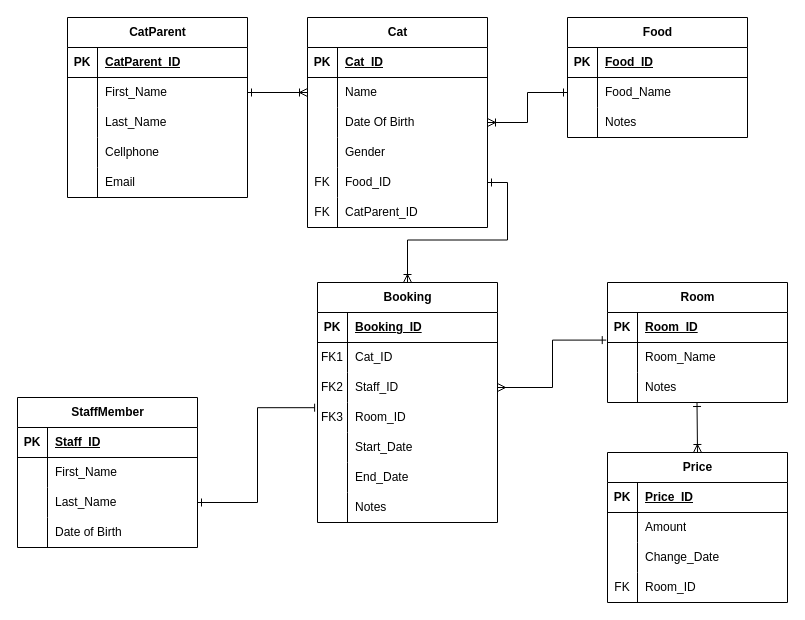
Earlier version of the draw.io diagram ERD.drawio (Cat-Hotel/Cat-hotel). Source tidied: cells renumbered, new cells numbered last; positions are measured from the earlier drawing's top-left corner, leaving out a move shared by most shapes. Both pictures are drawn from the tidied source at 100%, with x=0, y=0 at pixel (17, 17).
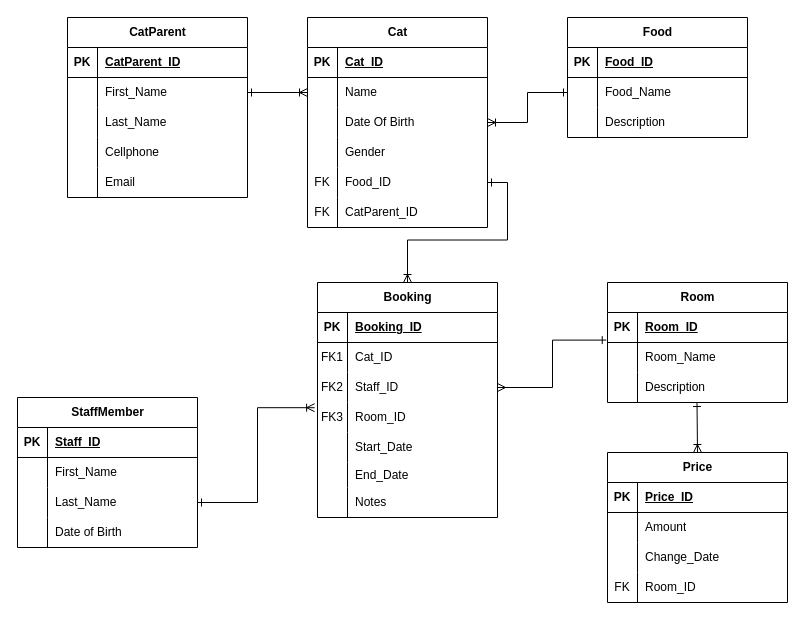
The same diagram, later.

Unchanged cells that the change refers to:
```xml
<mxCell id="44" style="shape=tableRow;horizontal=0;startSize=0;swimlaneHead=0;swimlaneBody=0;fillColor=none;top=0;left=0;right=0;bottom=0;" parent="37" vertex="1">
  <mxGeometry y="90" width="180" height="30" as="geometry" />
</mxCell>
<mxCell id="67" style="shape=tableRow;horizontal=0;startSize=0;swimlaneHead=0;swimlaneBody=0;fillColor=none;points=[[0,0.5],[1,0.5]];portConstraint=eastwest;top=0;left=0;right=0;bottom=0;" parent="60" vertex="1">
  <mxGeometry y="90" width="180" height="30" as="geometry" />
</mxCell>
<mxCell id="83" style="shape=tableRow;horizontal=0;startSize=0;swimlaneHead=0;swimlaneBody=0;fillColor=none;points=[[0,0.5],[1,0.5]];portConstraint=eastwest;top=0;left=0;right=0;bottom=0;" parent="73" vertex="1">
  <mxGeometry y="120" width="180" height="30" as="geometry" />
</mxCell>
<mxCell id="102" style="shape=tableRow;horizontal=0;startSize=0;swimlaneHead=0;swimlaneBody=0;fillColor=none;top=0;left=0;right=0;bottom=0;" parent="95" vertex="1">
  <mxGeometry y="90" width="180" height="30" as="geometry" />
</mxCell>
```

Diff of the diagram source:
```diff
@@
-    <mxCell id="46" value="Notes" style="shape=partialRectangle;fillColor=none;top=0;left=0;bottom=0;right=0;align=left;spacingLeft=6;overflow=hidden;whiteSpace=wrap;html=1;" parent="44" vertex="1">
+    <mxCell id="46" value="Description" style="shape=partialRectangle;fillColor=none;top=0;left=0;bottom=0;right=0;align=left;spacingLeft=6;overflow=hidden;whiteSpace=wrap;html=1;" parent="44" vertex="1">
       <mxGeometry x="30" width="150" height="30" as="geometry" />
     </mxCell>
@@
     <mxCell id="73" value="Booking" style="shape=table;startSize=30;childLayout=tableLayout;rowLines=0;fontStyle=1;align=center;html=1;" parent="1" vertex="1">
-      <mxGeometry x="300" y="265" width="180" height="240" as="geometry" />
+      <mxGeometry x="300" y="265" width="180" height="235" as="geometry" />
     </mxCell>
@@
     <mxCell id="89" style="shape=tableRow;horizontal=0;startSize=0;swimlaneHead=0;swimlaneBody=0;fillColor=none;top=0;left=0;right=0;bottom=0;" parent="73" vertex="1">
-      <mxGeometry y="180" width="180" height="30" as="geometry" />
+      <mxGeometry y="180" width="180" height="25" as="geometry" />
     </mxCell>
     <mxCell id="90" style="shape=partialRectangle;fillColor=none;top=0;left=0;bottom=0;right=0;overflow=hidden;whiteSpace=wrap;html=1;" parent="89" vertex="1">
-      <mxGeometry width="30" height="30" as="geometry" />
+      <mxGeometry width="30" height="25" as="geometry" />
     </mxCell>
     <mxCell id="91" value="End_Date" style="shape=partialRectangle;fillColor=none;top=0;left=0;bottom=0;right=0;align=left;spacingLeft=6;overflow=hidden;whiteSpace=wrap;html=1;" parent="89" vertex="1">
-      <mxGeometry x="30" width="150" height="30" as="geometry" />
+      <mxGeometry x="30" width="150" height="25" as="geometry" />
     </mxCell>
     <mxCell id="92" style="shape=tableRow;horizontal=0;startSize=0;swimlaneHead=0;swimlaneBody=0;fillColor=none;top=0;left=0;right=0;bottom=0;" parent="73" vertex="1">
-      <mxGeometry y="210" width="180" height="30" as="geometry" />
+      <mxGeometry y="205" width="180" height="30" as="geometry" />
     </mxCell>
@@
-    <mxCell id="104" value="Notes" style="shape=partialRectangle;fillColor=none;top=0;left=0;bottom=0;right=0;align=left;spacingLeft=6;overflow=hidden;whiteSpace=wrap;html=1;" parent="102" vertex="1">
+    <mxCell id="104" value="Description" style="shape=partialRectangle;fillColor=none;top=0;left=0;bottom=0;right=0;align=left;spacingLeft=6;overflow=hidden;whiteSpace=wrap;html=1;" parent="102" vertex="1">
       <mxGeometry x="30" width="150" height="30" as="geometry" />
     </mxCell>
@@
-    <mxCell id="107" style="edgeStyle=orthogonalEdgeStyle;rounded=0;jettySize=auto;html=1;exitX=1;exitY=0.5;exitDx=0;exitDy=0;entryX=-0.016;entryY=0.173;entryDx=0;entryDy=0;entryPerimeter=0;endArrow=baseDash;endFill=0;startArrow=ERone;startFill=0;" parent="1" edge="1" source="67" target="83">
+    <mxCell id="107" style="edgeStyle=orthogonalEdgeStyle;rounded=0;jettySize=auto;html=1;exitX=1;exitY=0.5;exitDx=0;exitDy=0;entryX=-0.016;entryY=0.173;entryDx=0;entryDy=0;entryPerimeter=0;endArrow=ERoneToMany;endFill=0;startArrow=ERone;startFill=0;" parent="1" edge="1" source="67" target="83">
       <mxGeometry relative="1" as="geometry" />
     </mxCell>
```
